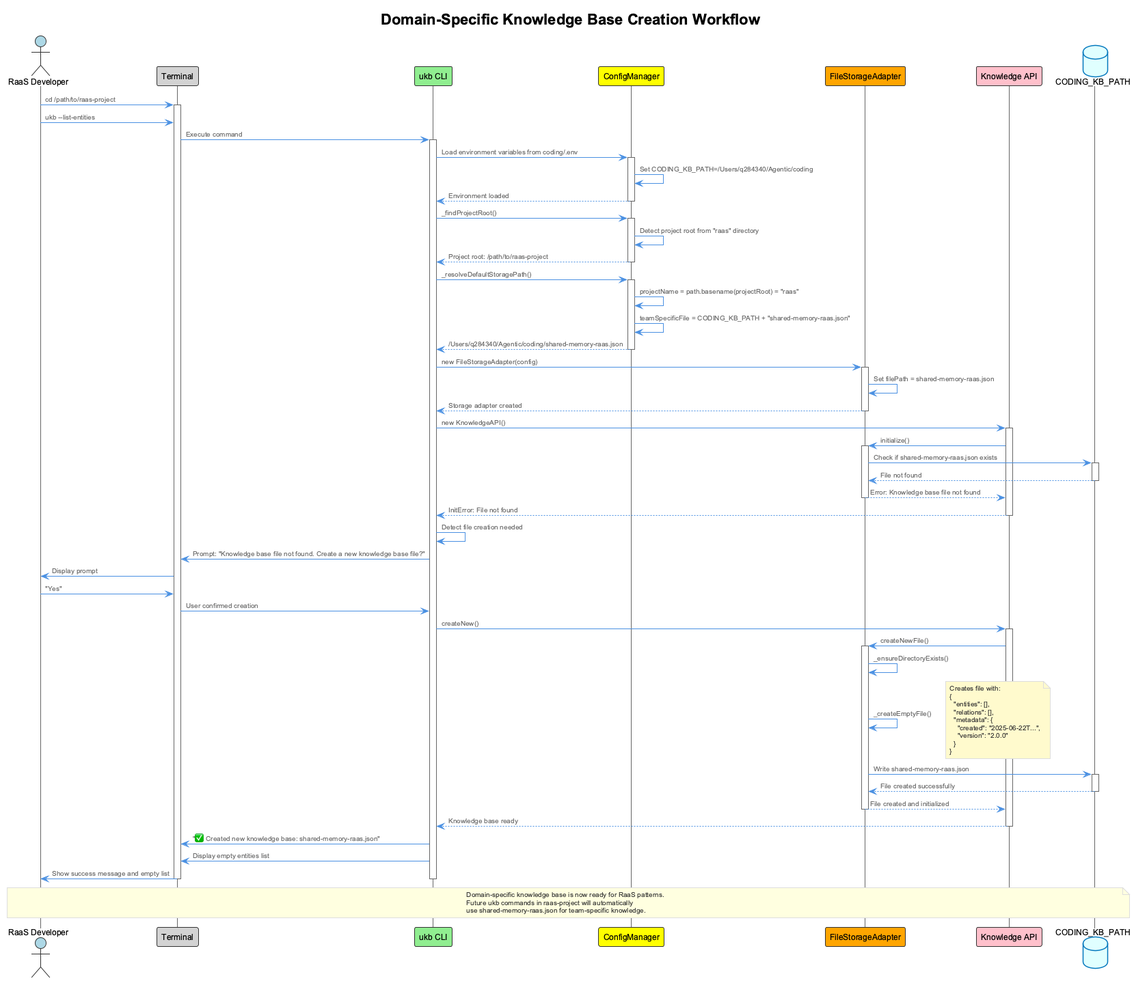
Earlier version of the PlantUML export docs/images/domain-specific-kb-creation.png (fwornle/coding).
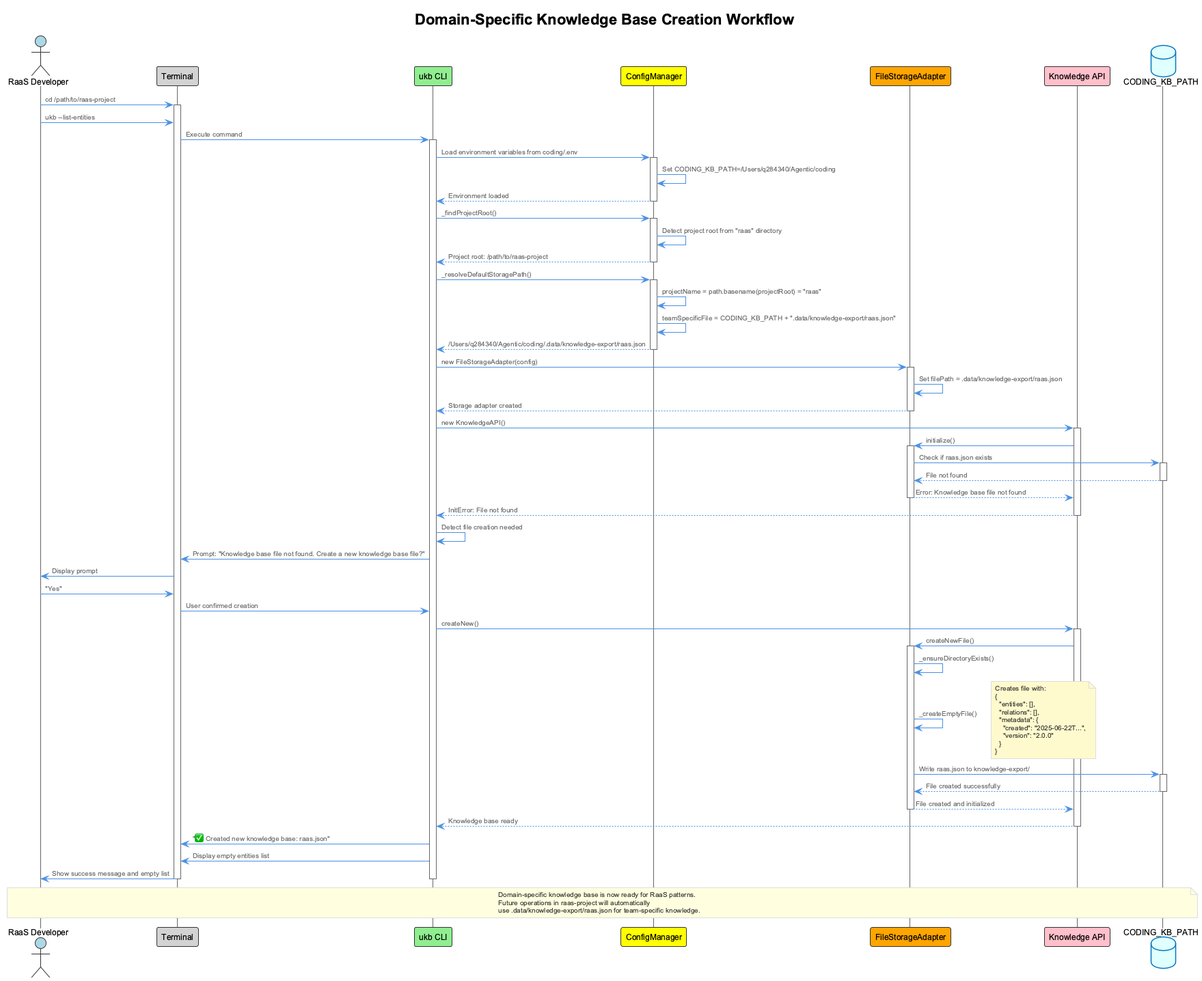
The same file after the commit.

What changed in the source:
```diff
@@ -34,13 +34,13 @@
 UKB -> Config: _resolveDefaultStoragePath()
 activate Config
 Config -> Config: projectName = path.basename(projectRoot) = "raas"
-Config -> Config: teamSpecificFile = CODING_KB_PATH + "shared-memory-raas.json"
-Config --> UKB: /Users/q284340/Agentic/coding/shared-memory-raas.json
+Config -> Config: teamSpecificFile = CODING_KB_PATH + ".data/knowledge-export/raas.json"
+Config --> UKB: /Users/q284340/Agentic/coding/.data/knowledge-export/raas.json
 deactivate Config
 
 UKB -> Storage: new FileStorageAdapter(config)
 activate Storage
-Storage -> Storage: Set filePath = shared-memory-raas.json
+Storage -> Storage: Set filePath = .data/knowledge-export/raas.json
 Storage --> UKB: Storage adapter created
 deactivate Storage
 
@@ -49,7 +49,7 @@
 API -> Storage: initialize()
 activate Storage
 
-Storage -> KBPATH: Check if shared-memory-raas.json exists
+Storage -> KBPATH: Check if raas.json exists
 activate KBPATH
 KBPATH --> Storage: File not found
 deactivate KBPATH
@@ -84,7 +84,7 @@
 }
 end note
 
-Storage -> KBPATH: Write shared-memory-raas.json
+Storage -> KBPATH: Write raas.json to knowledge-export/
 activate KBPATH
 KBPATH --> Storage: File created successfully
 deactivate KBPATH
@@ -94,7 +94,7 @@
 API --> UKB: Knowledge base ready
 deactivate API
 
-UKB -> Terminal: "✅ Created new knowledge base: shared-memory-raas.json"
+UKB -> Terminal: "✅ Created new knowledge base: raas.json"
 UKB -> Terminal: Display empty entities list
 Terminal -> Developer: Show success message and empty list
 deactivate UKB
@@ -102,8 +102,8 @@
 
 note over Developer, KBPATH #LightYellow
 Domain-specific knowledge base is now ready for RaaS patterns.
-Future ukb commands in raas-project will automatically
-use shared-memory-raas.json for team-specific knowledge.
+Future operations in raas-project will automatically
+use .data/knowledge-export/raas.json for team-specific knowledge.
 end note
 
 @enduml
```
